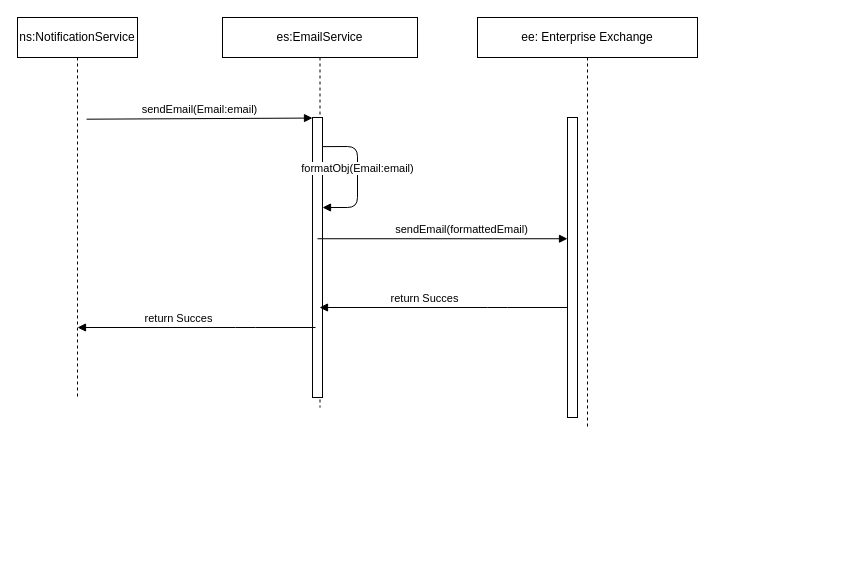
Earlier version of the draw.io diagram page "Sequence" (2 of 4) of Drawings/Microservices/EmailService/EmailService.drawio (RMSLowside/rmslow). Source tidied: cells renumbered, new cells numbered last; positions are measured from the earlier drawing's top-left corner, leaving out a move shared by most shapes. Both pictures are drawn from the tidied source at 100%, with x=0, y=0 at pixel (17, 17).
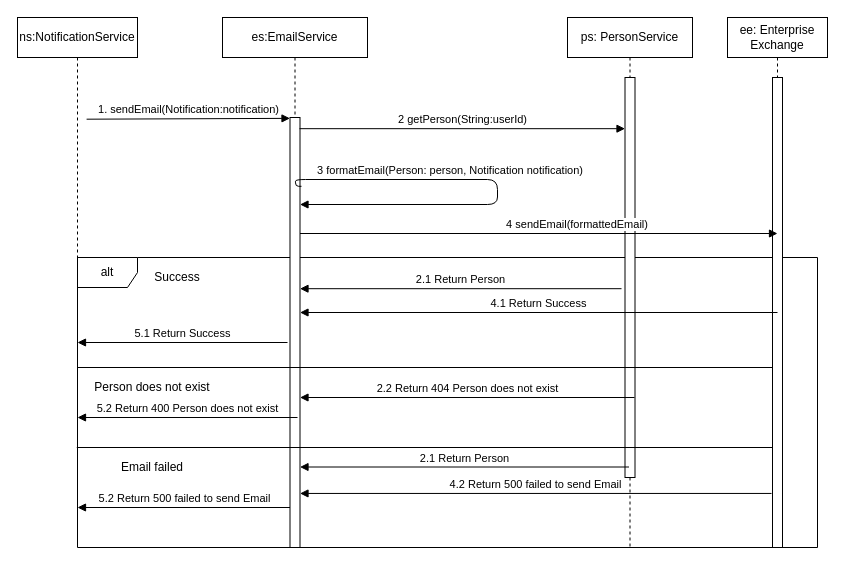
Above is the later version.

What changed in the source:
```diff
@@
+    <mxCell id="12" value="alt" style="shape=umlFrame;whiteSpace=wrap;html=1;" parent="1" vertex="1">
+      <mxGeometry x="60" y="240" width="740" height="290" as="geometry" />
+    </mxCell>
+    <mxCell id="13" value="ps: PersonService" style="shape=umlLifeline;perimeter=lifelinePerimeter;whiteSpace=wrap;html=1;size=40;" parent="1" vertex="1">
+      <mxGeometry x="550" width="125" height="530" as="geometry" />
+    </mxCell>
+    <mxCell id="14" style="html=1;points=[];perimeter=orthogonalPerimeter;" parent="13" vertex="1">
+      <mxGeometry x="57.5" y="60" width="10" height="400" as="geometry" />
+    </mxCell>
     <mxCell id="2" value="es:EmailService" style="shape=umlLifeline;perimeter=lifelinePerimeter;whiteSpace=wrap;html=1;outlineConnect=0;size=40;" parent="1" vertex="1">
-      <mxGeometry x="205" width="195" height="390" as="geometry" />
+      <mxGeometry x="205" width="145" height="530" as="geometry" />
     </mxCell>
     <mxCell id="3" style="html=1;points=[];perimeter=orthogonalPerimeter;" parent="2" vertex="1">
-      <mxGeometry x="90" y="100" width="10" height="280" as="geometry" />
+      <mxGeometry x="67.5" y="100" width="10" height="430" as="geometry" />
     </mxCell>
-    <mxCell id="4" value="formatObj(Email:email)" style="html=1;verticalAlign=bottom;endArrow=block;exitX=1;exitY=0.104;exitDx=0;exitDy=0;exitPerimeter=0;" parent="2" edge="1" source="3" target="3">
-      <mxGeometry relative="1" as="geometry">
+    <mxCell id="4" value="&amp;nbsp;3 formatEmail(Person: person, Notification notification)" style="html=1;verticalAlign=bottom;endArrow=block;edgeStyle=orthogonalEdgeStyle;exitX=1.15;exitY=0.16;exitDx=0;exitDy=0;exitPerimeter=0;" parent="2" edge="1" source="3" target="3">
+      <mxGeometry x="-0.24" relative="1" as="geometry">
         <Array as="points">
-          <mxPoint x="135" y="129" />
-          <mxPoint x="135" y="190" />
+          <mxPoint x="73" y="169" />
+          <mxPoint x="73" y="162" />
+          <mxPoint x="275" y="162" />
+          <mxPoint x="275" y="187" />
         </Array>
       </mxGeometry>
     </mxCell>
     <mxCell id="5" value="ns:NotificationService" style="shape=umlLifeline;perimeter=lifelinePerimeter;whiteSpace=wrap;html=1;" parent="1" vertex="1">
-      <mxGeometry width="120" height="380" as="geometry" />
+      <mxGeometry width="120" height="530" as="geometry" />
     </mxCell>
-    <mxCell id="6" value="sendEmail(Email:email)" style="html=1;verticalAlign=bottom;endArrow=block;entryX=0;entryY=0.002;entryDx=0;entryDy=0;entryPerimeter=0;" parent="1" edge="1" target="3">
+    <mxCell id="6" value="1. sendEmail(Notification:notification)" style="html=1;verticalAlign=bottom;endArrow=block;entryX=0;entryY=0.002;entryDx=0;entryDy=0;entryPerimeter=0;" parent="1" edge="1" target="3">
       <mxGeometry relative="1" as="geometry">
         <mxPoint x="69.1" y="101.7" as="sourcePoint" />
       </mxGeometry>
     </mxCell>
     <mxCell id="7" value="ee: Enterprise Exchange" style="shape=umlLifeline;perimeter=lifelinePerimeter;whiteSpace=wrap;html=1;size=40;" parent="1" vertex="1">
-      <mxGeometry x="460" width="220" height="410" as="geometry" />
+      <mxGeometry x="710" width="100" height="530" as="geometry" />
     </mxCell>
     <mxCell id="8" style="html=1;points=[];perimeter=orthogonalPerimeter;" parent="7" vertex="1">
-      <mxGeometry x="90" y="100" width="10" height="300" as="geometry" />
+      <mxGeometry x="45" y="60" width="10" height="470" as="geometry" />
     </mxCell>
-    <mxCell id="9" value="sendEmail(formattedEmail)" style="html=1;verticalAlign=bottom;endArrow=block;exitX=0.5;exitY=0.433;exitDx=0;exitDy=0;exitPerimeter=0;" parent="1" edge="1" source="3" target="8">
-      <mxGeometry x="0.15" relative="1" as="geometry" />
+    <mxCell id="9" value="&amp;nbsp;4 sendEmail(formattedEmail)" style="html=1;verticalAlign=bottom;endArrow=block;" parent="1" edge="1" source="3">
+      <mxGeometry x="0.15" relative="1" as="geometry">
+        <mxPoint x="760" y="216" as="targetPoint" />
+        <Array as="points">
+          <mxPoint x="760" y="216" />
+        </Array>
+      </mxGeometry>
     </mxCell>
-    <mxCell id="10" value="return Succes" style="html=1;verticalAlign=bottom;endArrow=block;" parent="1" edge="1" target="2">
-      <mxGeometry x="0.15" relative="1" as="geometry">
-        <mxPoint x="550" y="290" as="sourcePoint" />
-        <Array as="points">
-          <mxPoint x="480" y="290" />
-        </Array>
-      </mxGeometry>
-    </mxCell>
-    <mxCell id="11" value="return Succes" style="html=1;verticalAlign=bottom;endArrow=block;" parent="1" edge="1">
-      <mxGeometry x="0.15" relative="1" as="geometry">
-        <mxPoint x="298" y="310" as="sourcePoint" />
-        <mxPoint x="60" y="310" as="targetPoint" />
-        <Array as="points">
-          <mxPoint x="228" y="310" />
-        </Array>
-      </mxGeometry>
-    </mxCell>
+    <mxCell id="15" value="2 getPerson(String:userId)" style="html=1;verticalAlign=bottom;endArrow=block;exitX=0.95;exitY=0.026;exitDx=0;exitDy=0;exitPerimeter=0;" parent="1" edge="1" source="3" target="14">
+      <mxGeometry relative="1" as="geometry" />
+    </mxCell>
+    <mxCell id="16" value="Success" style="text;html=1;strokeColor=none;fillColor=none;align=center;verticalAlign=middle;whiteSpace=wrap;rounded=0;" parent="1" vertex="1">
+      <mxGeometry x="140" y="250" width="40" height="20" as="geometry" />
+    </mxCell>
+    <mxCell id="17" value="2.1 Return Person" style="html=1;verticalAlign=bottom;endArrow=block;exitX=-0.35;exitY=0.528;exitDx=0;exitDy=0;exitPerimeter=0;" parent="1" edge="1" source="14" target="3">
+      <mxGeometry relative="1" as="geometry" />
+    </mxCell>
+    <mxCell id="18" value="4.1 Return Success" style="html=1;verticalAlign=bottom;endArrow=block;" parent="1" edge="1" target="3">
+      <mxGeometry relative="1" as="geometry">
+        <mxPoint x="760" y="295" as="sourcePoint" />
+      </mxGeometry>
+    </mxCell>
+    <mxCell id="19" value="5.1 Return Success" style="html=1;verticalAlign=bottom;endArrow=block;" parent="1" edge="1">
+      <mxGeometry relative="1" as="geometry">
+        <mxPoint x="270" y="325" as="sourcePoint" />
+        <mxPoint x="60" y="325" as="targetPoint" />
+      </mxGeometry>
+    </mxCell>
+    <mxCell id="20" style="endArrow=none;html=1;" parent="1" edge="1" target="8">
+      <mxGeometry relative="1" as="geometry">
+        <mxPoint x="59.5" y="350" as="sourcePoint" />
+      </mxGeometry>
+    </mxCell>
+    <mxCell id="21" value="Person does not exist" style="text;html=1;strokeColor=none;fillColor=none;align=center;verticalAlign=middle;whiteSpace=wrap;rounded=0;" parent="1" vertex="1">
+      <mxGeometry x="70" y="360" width="130" height="20" as="geometry" />
+    </mxCell>
+    <mxCell id="22" value="2.2 Return 404 Person does not exist" style="html=1;verticalAlign=bottom;endArrow=block;exitX=-0.05;exitY=0.356;exitDx=0;exitDy=0;exitPerimeter=0;" parent="1" edge="1" target="3">
+      <mxGeometry relative="1" as="geometry">
+        <mxPoint x="617" y="380" as="sourcePoint" />
+      </mxGeometry>
+    </mxCell>
+    <mxCell id="23" value="5.2 Return 400 Person does not exist" style="html=1;verticalAlign=bottom;endArrow=block;" parent="1" edge="1">
+      <mxGeometry relative="1" as="geometry">
+        <mxPoint x="280" y="400" as="sourcePoint" />
+        <mxPoint x="60" y="400" as="targetPoint" />
+      </mxGeometry>
+    </mxCell>
+    <mxCell id="24" style="endArrow=none;html=1;" parent="1" edge="1" target="8">
+      <mxGeometry relative="1" as="geometry">
+        <mxPoint x="59.3" y="430" as="sourcePoint" />
+      </mxGeometry>
+    </mxCell>
+    <mxCell id="25" value="Email failed" style="text;html=1;strokeColor=none;fillColor=none;align=center;verticalAlign=middle;whiteSpace=wrap;rounded=0;" parent="1" vertex="1">
+      <mxGeometry x="69.8" y="440" width="130" height="20" as="geometry" />
+    </mxCell>
+    <mxCell id="26" value="4.2 Return 500 failed to send Email" style="html=1;verticalAlign=bottom;endArrow=block;exitX=-0.1;exitY=0.885;exitDx=0;exitDy=0;exitPerimeter=0;" parent="1" edge="1" source="8" target="3">
+      <mxGeometry relative="1" as="geometry" />
+    </mxCell>
+    <mxCell id="27" value="5.2 Return 500 failed to send Email" style="html=1;verticalAlign=bottom;endArrow=block;" parent="1" edge="1" source="3">
+      <mxGeometry relative="1" as="geometry">
+        <mxPoint x="60" y="490" as="targetPoint" />
+      </mxGeometry>
+    </mxCell>
+    <mxCell id="28" value="2.1 Return Person" style="html=1;verticalAlign=bottom;endArrow=block;exitX=-0.35;exitY=0.528;exitDx=0;exitDy=0;exitPerimeter=0;" parent="1" edge="1" target="3">
+      <mxGeometry relative="1" as="geometry">
+        <mxPoint x="611.5" y="449.5" as="sourcePoint" />
+      </mxGeometry>
+    </mxCell>
```
